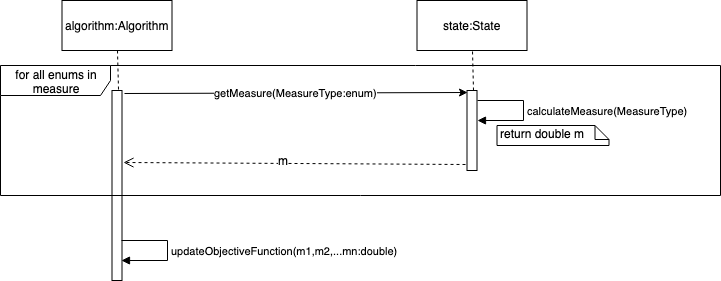
Earlier version of the draw.io export Presentation/SequenceDiagrams/30. Calculate objective function including measures for equal population, compactness, and political fairness.png (Randypaquette13/CSE308New). Source tidied: cells renumbered, new cells last; positions are measured from the earlier drawing's top-left corner, leaving out a move shared by most shapes.
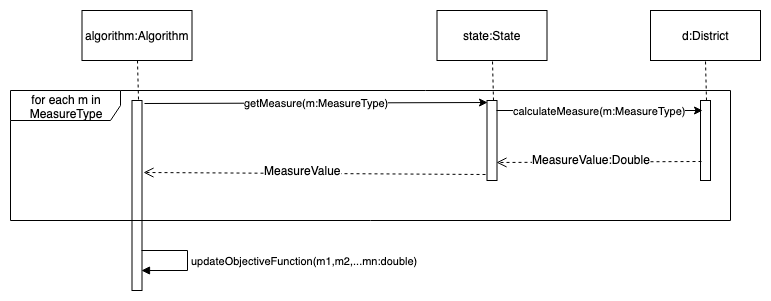
After the change.

Change to the diagram source:
```diff
@@ -20,27 +20,13 @@
     <mxCell id="7" style="endArrow=none;dashed=1;html=1;entryX=0.5;entryY=1;entryDx=0;entryDy=0;exitX=0.6;exitY=-0.004;exitDx=0;exitDy=0;exitPerimeter=0;" parent="1" edge="1" source="5" target="6">
       <mxGeometry relative="1" as="geometry" />
     </mxCell>
-    <mxCell id="8" value="getMeasure(MeasureType:enum)" style="endArrow=classic;html=1;entryX=0;entryY=0.025;entryDx=0;entryDy=0;entryPerimeter=0;exitX=1.2;exitY=0.014;exitDx=0;exitDy=0;exitPerimeter=0;" parent="1" edge="1" source="2" target="5">
+    <mxCell id="8" value="getMeasure(m:MeasureType)" style="endArrow=classic;html=1;entryX=0;entryY=0.025;entryDx=0;entryDy=0;entryPerimeter=0;exitX=1.2;exitY=0.014;exitDx=0;exitDy=0;exitPerimeter=0;" parent="1" edge="1" source="2" target="5">
       <mxGeometry relative="1" as="geometry" />
     </mxCell>
-    <mxCell id="9" value="calculateMeasure(MeasureType)&lt;br&gt;" style="edgeStyle=orthogonalEdgeStyle;html=1;align=left;spacingLeft=2;endArrow=block;rounded=0;" parent="1" edge="1">
-      <mxGeometry relative="1" as="geometry">
-        <mxPoint x="476.5" y="100" as="sourcePoint" />
-        <mxPoint x="476.5" y="120" as="targetPoint" />
-        <Array as="points">
-          <mxPoint x="522.5" y="100" />
-          <mxPoint x="522.5" y="120" />
-          <mxPoint x="476.5" y="120" />
-        </Array>
-      </mxGeometry>
-    </mxCell>
-    <mxCell id="10" value="return double m" style="shape=note;whiteSpace=wrap;html=1;size=14;verticalAlign=top;align=left;spacingTop=-6;" parent="1" vertex="1">
-      <mxGeometry x="496.5" y="125" width="112" height="20" as="geometry" />
-    </mxCell>
     <mxCell id="11" style="html=1;verticalAlign=bottom;endArrow=open;dashed=1;endSize=8;exitX=-0.2;exitY=0.925;exitDx=0;exitDy=0;exitPerimeter=0;entryX=1.1;entryY=0.379;entryDx=0;entryDy=0;entryPerimeter=0;" parent="1" edge="1" source="5" target="2">
       <mxGeometry relative="1" as="geometry" />
     </mxCell>
-    <mxCell id="12" value="m" style="text;html=1;align=center;verticalAlign=middle;labelBackgroundColor=#ffffff;" parent="11" vertex="1">
+    <mxCell id="12" value="MeasureValue" style="text;html=1;align=center;verticalAlign=middle;labelBackgroundColor=#ffffff;" parent="11" vertex="1">
       <mxGeometry x="0.07" y="-3" relative="1" as="geometry" />
     </mxCell>
     <mxCell id="13" value="updateObjectiveFunction(m1,m2,...mn:double)&lt;br&gt;" style="edgeStyle=orthogonalEdgeStyle;html=1;align=left;spacingLeft=2;endArrow=block;rounded=0;" parent="1" edge="1">
@@ -54,8 +40,26 @@
         </Array>
       </mxGeometry>
     </mxCell>
-    <mxCell id="14" value="for all enums in measure" style="shape=umlFrame;whiteSpace=wrap;html=1;width=110;height=30;" parent="1" vertex="1">
-      <mxGeometry y="65" width="720" height="130" as="geometry" />
+    <mxCell id="14" value="for each m in MeasureType" style="shape=umlFrame;whiteSpace=wrap;html=1;width=110;height=30;" parent="1" vertex="1">
+      <mxGeometry x="-10" y="80" width="720" height="130" as="geometry" />
     </mxCell>
+    <mxCell id="15" style="html=1;points=[];perimeter=orthogonalPerimeter;" parent="1" vertex="1">
+      <mxGeometry x="680" y="90" width="10" height="80" as="geometry" />
+    </mxCell>
+    <mxCell id="16" value="d:District" style="html=1;" parent="1" vertex="1">
+      <mxGeometry x="630" width="110" height="50" as="geometry" />
+    </mxCell>
+    <mxCell id="17" style="endArrow=none;dashed=1;html=1;entryX=0.5;entryY=1;entryDx=0;entryDy=0;exitX=0.6;exitY=-0.004;exitDx=0;exitDy=0;exitPerimeter=0;" parent="1" edge="1" source="15" target="16">
+      <mxGeometry relative="1" as="geometry" />
+    </mxCell>
+    <mxCell id="18" value="calculateMeasure(m:MeasureType)" style="endArrow=classic;html=1;exitX=0.95;exitY=0.125;exitDx=0;exitDy=0;exitPerimeter=0;entryX=0.15;entryY=0.125;entryDx=0;entryDy=0;entryPerimeter=0;" parent="1" edge="1" source="5" target="15">
+      <mxGeometry relative="1" as="geometry" />
+    </mxCell>
+    <mxCell id="19" style="html=1;verticalAlign=bottom;endArrow=open;dashed=1;endSize=8;exitX=0.05;exitY=0.763;exitDx=0;exitDy=0;exitPerimeter=0;entryX=0.95;entryY=0.775;entryDx=0;entryDy=0;entryPerimeter=0;" parent="1" edge="1" source="15" target="5">
+      <mxGeometry relative="1" as="geometry" />
+    </mxCell>
+    <mxCell id="20" value="MeasureValue:Double" style="text;html=1;align=center;verticalAlign=middle;labelBackgroundColor=#ffffff;" parent="19" vertex="1">
+      <mxGeometry x="0.07" y="-3" relative="1" as="geometry" />
+    </mxCell>
   </root>
 </mxGraphModel>
```
